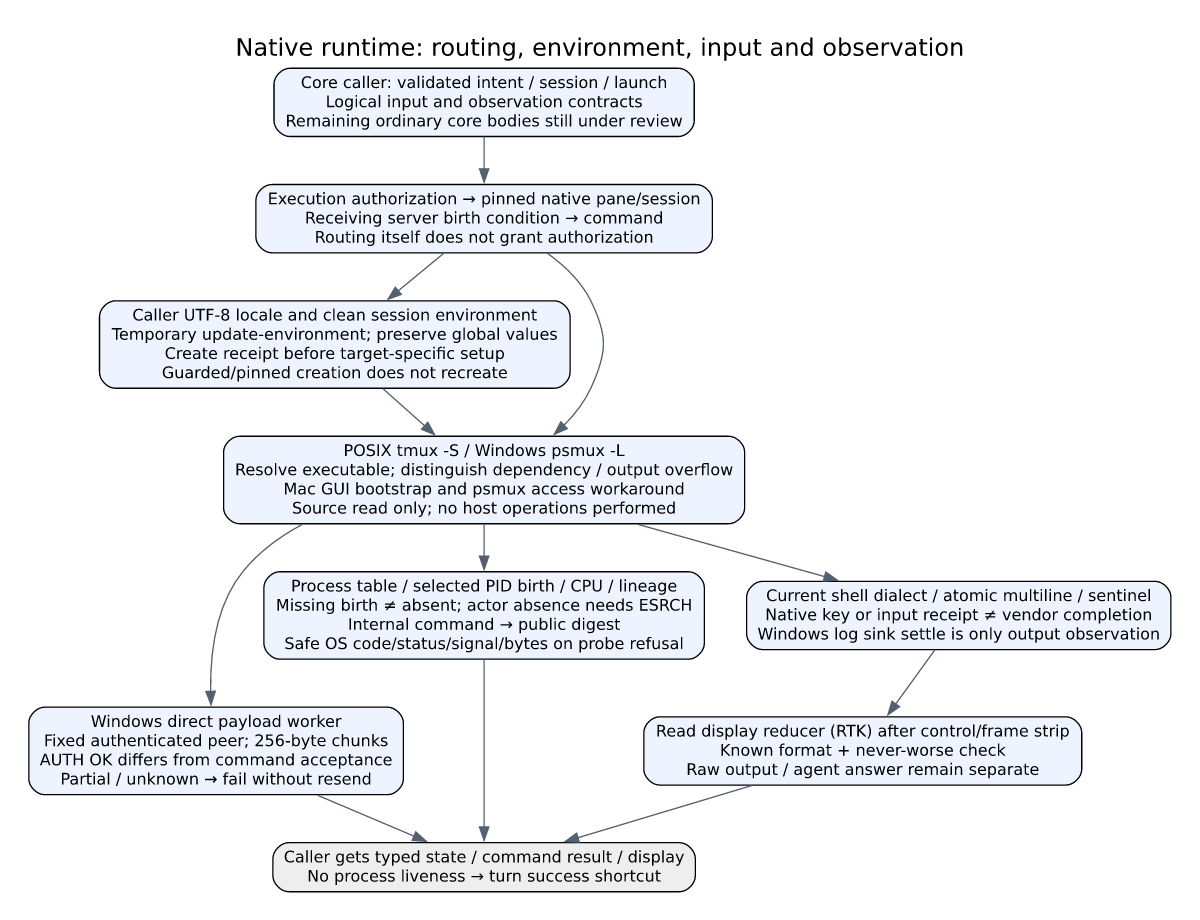
The Graphviz diagram docs/architecture/native-runtime.png in kitepon/aiterm-mcp, before a commit. Its source is kept beside it as docs/architecture/native-runtime.dot.
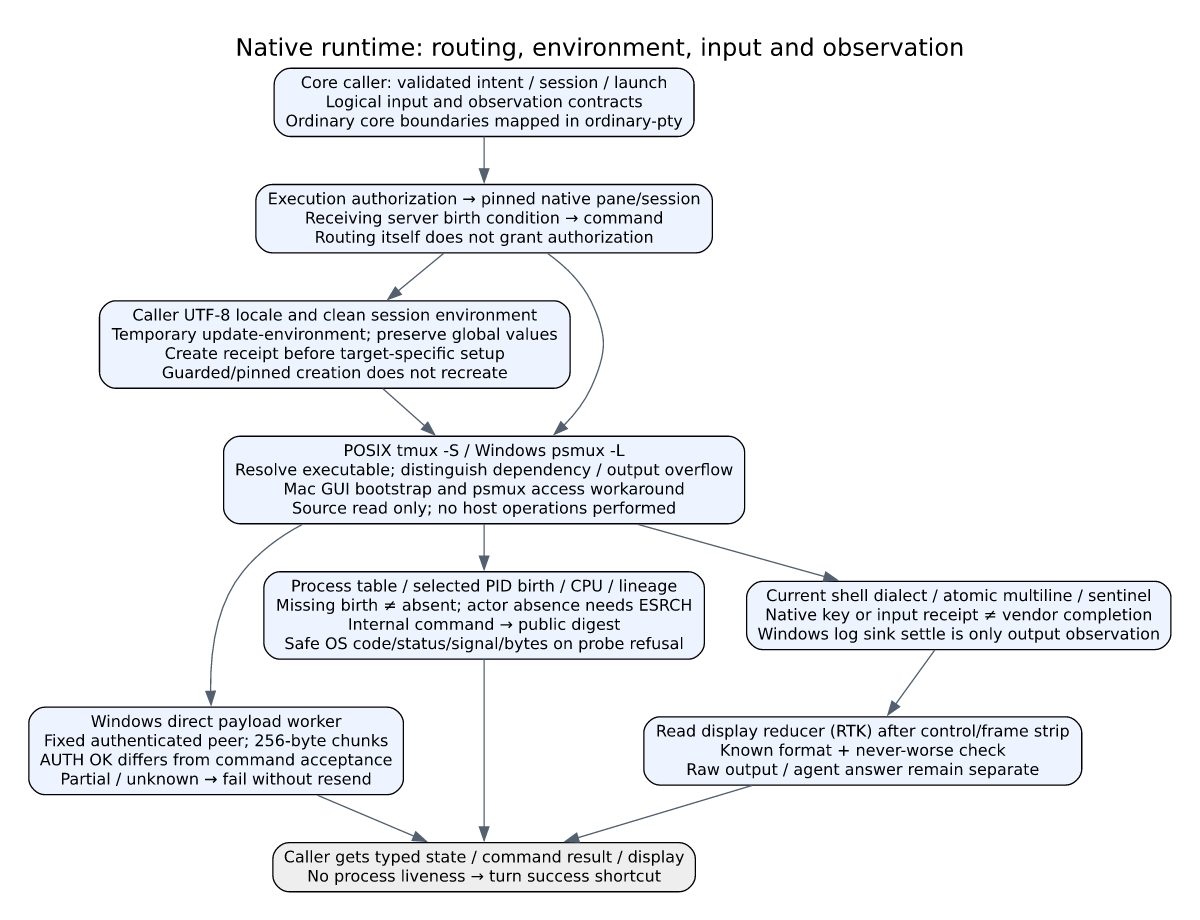
The same file after the commit.

What changed in the source:
```diff
@@ -1,7 +1,7 @@
 digraph native_runtime {
  graph [rankdir=TB,bgcolor="white",pad=0.3,nodesep=0.45,ranksep=0.5,label="Native runtime: routing, environment, input and observation",labelloc=t,fontname="DejaVu Sans",fontsize=18];
  node [shape=box,style="rounded,filled",fillcolor="#edf4ff",fontname="DejaVu Sans",fontsize=12]; edge [fontname="DejaVu Sans",fontsize=10,color="#536070"];
- core [label="Core caller: validated intent / session / launch\nLogical input and observation contracts\nRemaining ordinary core bodies still under review"];
+ core [label="Core caller: validated intent / session / launch\nLogical input and observation contracts\nOrdinary core boundaries mapped in ordinary-pty"];
  gate [label="Execution authorization → pinned native pane/session\nReceiving server birth condition → command\nRouting itself does not grant authorization"];
  env [label="Caller UTF-8 locale and clean session environment\nTemporary update-environment; preserve global values\nCreate receipt before target-specific setup\nGuarded/pinned creation does not recreate"];
  backend [label="POSIX tmux -S / Windows psmux -L\nResolve executable; distinguish dependency / output overflow\nMac GUI bootstrap and psmux access workaround\nSource read only; no host operations performed"];
```
